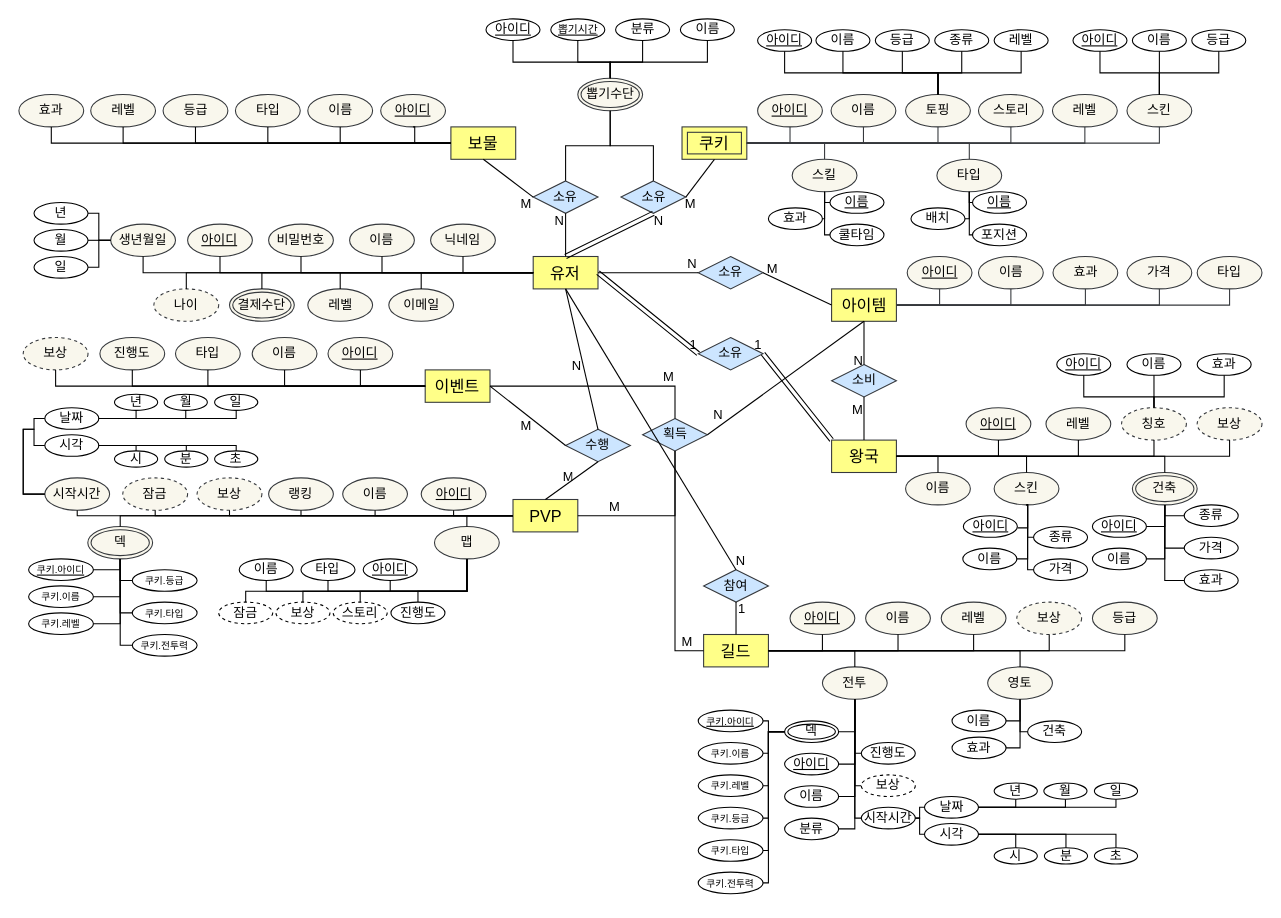
Above: page "페이지-2" (2 of 3) of 제목 없는 다이어그램.drawio in breeze234/web1 (draw.io), before the change. Source tidied: cells renumbered, new cells numbered last; positions are measured from the earlier drawing's top-left corner, leaving out a move shared by most shapes. Both pictures are drawn from the tidied source at 108%, with x=0, y=0 at pixel (18, 18).
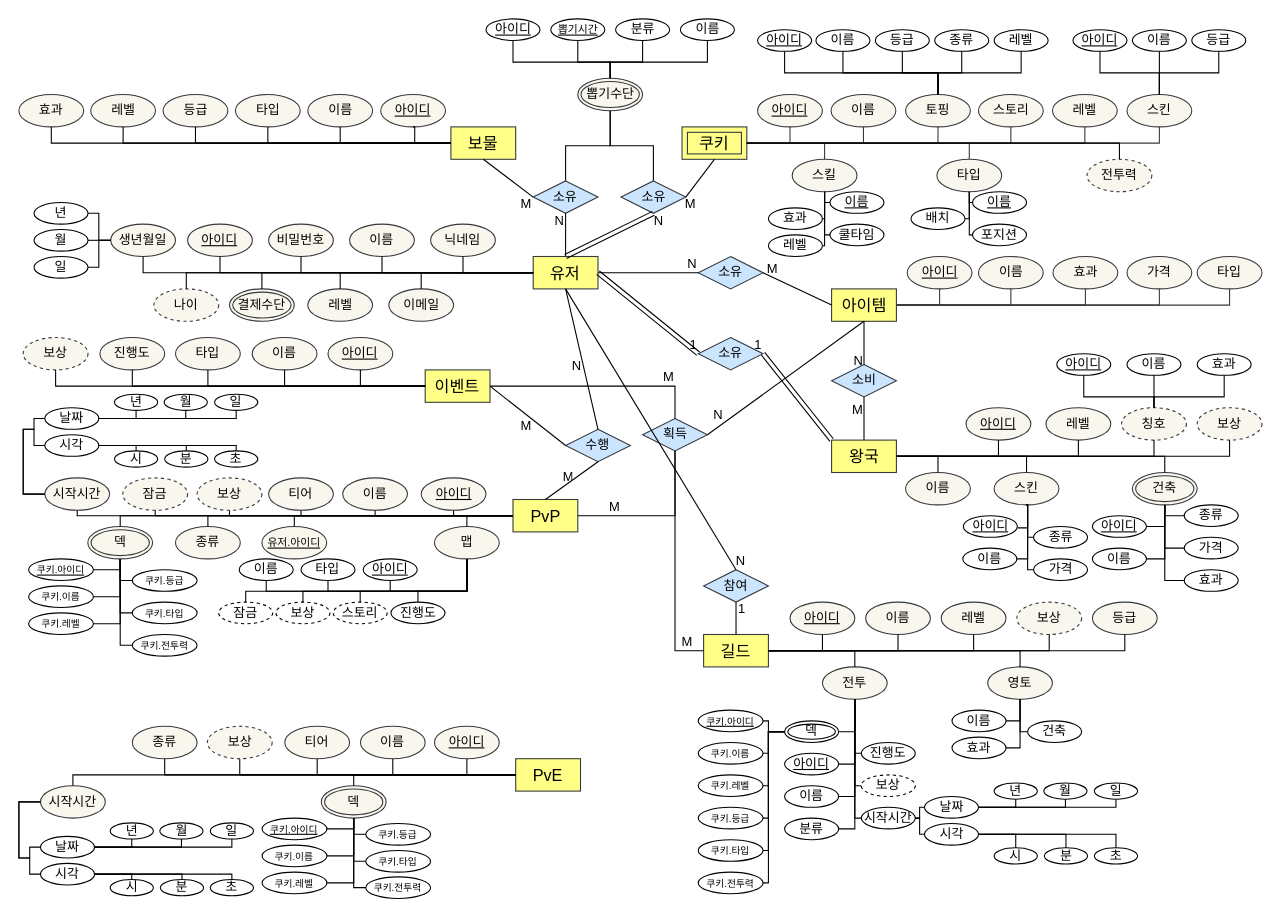
The same page after the edit.

Commit message (it also covers changes not shown here):
제목 없는 다이어그램.drawio 업데이트

Unchanged cells that the change refers to:
```xml
<mxCell id="23" value="&lt;font style=&quot;font-size: 15px;&quot;&gt;쿠키&lt;/font&gt;" style="shape=ext;margin=3;double=1;whiteSpace=wrap;html=1;align=center;fillColor=#ffff88;strokeColor=#36393d;" parent="1" vertex="1">
  <mxGeometry x="614" y="100" width="60" height="30" as="geometry" />
</mxCell>
<mxCell id="202" value="스킬" style="ellipse;whiteSpace=wrap;html=1;fillColor=#f9f7ed;strokeColor=#36393d;" parent="1" vertex="1">
  <mxGeometry x="716" y="130" width="60" height="30" as="geometry" />
</mxCell>
```

Change to the diagram source:
```diff
@@
-    <mxCell id="78" value="&lt;font style=&quot;font-size: 15px;&quot;&gt;PVP&lt;/font&gt;" style="whiteSpace=wrap;html=1;align=center;fillColor=#ffff88;strokeColor=#36393d;" parent="1" vertex="1">
+    <mxCell id="78" value="&lt;font style=&quot;font-size: 15px;&quot;&gt;PvP&lt;/font&gt;" style="whiteSpace=wrap;html=1;align=center;fillColor=#ffff88;strokeColor=#36393d;" parent="1" vertex="1">
       <mxGeometry x="457.5" y="445" width="60" height="30" as="geometry" />
     </mxCell>
@@
-    <mxCell id="248" value="랭킹" style="ellipse;whiteSpace=wrap;html=1;fillColor=#f9f7ed;strokeColor=#36393d;" parent="1" vertex="1">
+    <mxCell id="248" value="티어" style="ellipse;whiteSpace=wrap;html=1;fillColor=#f9f7ed;strokeColor=#36393d;" parent="1" vertex="1">
       <mxGeometry x="231.2" y="425" width="60" height="30" as="geometry" />
     </mxCell>
@@
+    <mxCell id="325" value="종류" style="ellipse;whiteSpace=wrap;html=1;fillColor=#f9f7ed;strokeColor=#36393d;" parent="1" vertex="1">
+      <mxGeometry x="145" y="470" width="60" height="30" as="geometry" />
+    </mxCell>
+    <mxCell id="326" style="endArrow=none;html=1;rounded=0;exitX=0.5;exitY=0;exitDx=0;exitDy=0;entryX=0;entryY=0.5;entryDx=0;entryDy=0;edgeStyle=orthogonalEdgeStyle;" parent="1" edge="1" source="325" target="78">
+      <mxGeometry relative="1" as="geometry" />
+    </mxCell>
+    <mxCell id="327" value="&lt;font style=&quot;font-size: 15px;&quot;&gt;PvE&lt;/font&gt;" style="whiteSpace=wrap;html=1;align=center;fillColor=#ffff88;strokeColor=#36393d;" parent="1" vertex="1">
+      <mxGeometry x="460" y="685" width="60" height="30" as="geometry" />
+    </mxCell>
+    <mxCell id="328" value="&lt;u&gt;&lt;font style=&quot;font-size: 12px;&quot;&gt;아이디&lt;/font&gt;&lt;/u&gt;" style="ellipse;whiteSpace=wrap;html=1;fillColor=#f9f7ed;strokeColor=#36393d;" parent="1" vertex="1">
+      <mxGeometry x="384.8" y="655" width="60" height="30" as="geometry" />
+    </mxCell>
+    <mxCell id="329" value="이름" style="ellipse;whiteSpace=wrap;html=1;fillColor=#f9f7ed;strokeColor=#36393d;" parent="1" vertex="1">
+      <mxGeometry x="316.2" y="655" width="60" height="30" as="geometry" />
+    </mxCell>
+    <mxCell id="330" value="보상" style="ellipse;whiteSpace=wrap;html=1;dashed=1;fillColor=#f9f7ed;strokeColor=#36393d;" parent="1" vertex="1">
+      <mxGeometry x="174.5" y="655" width="60" height="30" as="geometry" />
+    </mxCell>
+    <mxCell id="331" value="시작시간" style="ellipse;whiteSpace=wrap;html=1;fillColor=#f9f7ed;strokeColor=#36393d;" parent="1" vertex="1">
+      <mxGeometry x="20" y="710" width="60" height="30" as="geometry" />
+    </mxCell>
+    <mxCell id="332" value="월" style="ellipse;whiteSpace=wrap;html=1;" parent="1" vertex="1">
+      <mxGeometry x="130.5" y="744.4" width="40" height="15" as="geometry" />
+    </mxCell>
+    <mxCell id="333" value="년" style="ellipse;whiteSpace=wrap;html=1;" parent="1" vertex="1">
+      <mxGeometry x="84.5" y="744.4" width="40" height="15" as="geometry" />
+    </mxCell>
+    <mxCell id="334" value="일" style="ellipse;whiteSpace=wrap;html=1;" parent="1" vertex="1">
+      <mxGeometry x="177.2" y="744.4" width="40" height="15" as="geometry" />
+    </mxCell>
+    <mxCell id="335" value="날짜" style="ellipse;whiteSpace=wrap;html=1;" parent="1" vertex="1">
+      <mxGeometry x="20" y="756.9" width="50" height="20" as="geometry" />
+    </mxCell>
+    <mxCell id="336" value="시각" style="ellipse;whiteSpace=wrap;html=1;" parent="1" vertex="1">
+      <mxGeometry x="20" y="781.9" width="50" height="20" as="geometry" />
+    </mxCell>
+    <mxCell id="337" value="분" style="ellipse;whiteSpace=wrap;html=1;" parent="1" vertex="1">
+      <mxGeometry x="131" y="796.9" width="40" height="15" as="geometry" />
+    </mxCell>
+    <mxCell id="338" value="시" style="ellipse;whiteSpace=wrap;html=1;" parent="1" vertex="1">
+      <mxGeometry x="84.5" y="796.9" width="40" height="15" as="geometry" />
+    </mxCell>
+    <mxCell id="339" value="초" style="ellipse;whiteSpace=wrap;html=1;" parent="1" vertex="1">
+      <mxGeometry x="177.2" y="796.9" width="40" height="15" as="geometry" />
+    </mxCell>
+    <mxCell id="340" style="endArrow=none;html=1;rounded=0;edgeStyle=orthogonalEdgeStyle;exitX=1;exitY=0.5;exitDx=0;exitDy=0;entryX=0.5;entryY=1;entryDx=0;entryDy=0;" parent="1" edge="1" source="335" target="333">
+      <mxGeometry relative="1" as="geometry">
+        <Array as="points">
+          <mxPoint x="104.5" y="766.9" />
+        </Array>
+      </mxGeometry>
+    </mxCell>
+    <mxCell id="341" style="endArrow=none;html=1;rounded=0;edgeStyle=orthogonalEdgeStyle;exitX=1;exitY=0.5;exitDx=0;exitDy=0;entryX=0.5;entryY=1;entryDx=0;entryDy=0;" parent="1" edge="1" source="335" target="332">
+      <mxGeometry relative="1" as="geometry">
+        <Array as="points">
+          <mxPoint x="150.5" y="766.9" />
+        </Array>
+      </mxGeometry>
+    </mxCell>
+    <mxCell id="342" style="endArrow=none;html=1;rounded=0;edgeStyle=orthogonalEdgeStyle;exitX=1;exitY=0.5;exitDx=0;exitDy=0;entryX=0.5;entryY=1;entryDx=0;entryDy=0;" parent="1" edge="1" source="335" target="334">
+      <mxGeometry relative="1" as="geometry">
+        <Array as="points">
+          <mxPoint x="197.5" y="766.9" />
+        </Array>
+      </mxGeometry>
+    </mxCell>
+    <mxCell id="343" style="endArrow=none;html=1;rounded=0;edgeStyle=orthogonalEdgeStyle;exitX=1;exitY=0.5;exitDx=0;exitDy=0;entryX=0.5;entryY=0;entryDx=0;entryDy=0;" parent="1" edge="1" source="336" target="339">
+      <mxGeometry relative="1" as="geometry">
+        <Array as="points">
+          <mxPoint x="197.2" y="791.9" />
+        </Array>
+      </mxGeometry>
+    </mxCell>
+    <mxCell id="344" style="endArrow=none;html=1;rounded=0;edgeStyle=orthogonalEdgeStyle;exitX=1;exitY=0.5;exitDx=0;exitDy=0;entryX=0.5;entryY=0;entryDx=0;entryDy=0;" parent="1" edge="1" source="336" target="338">
+      <mxGeometry relative="1" as="geometry">
+        <Array as="points">
+          <mxPoint x="104.5" y="791.9" />
+        </Array>
+      </mxGeometry>
+    </mxCell>
+    <mxCell id="345" style="endArrow=none;html=1;rounded=0;edgeStyle=orthogonalEdgeStyle;exitX=1;exitY=0.5;exitDx=0;exitDy=0;entryX=0.5;entryY=0;entryDx=0;entryDy=0;" parent="1" edge="1" source="336" target="337">
+      <mxGeometry relative="1" as="geometry">
+        <Array as="points">
+          <mxPoint x="151.5" y="791.9" />
+        </Array>
+      </mxGeometry>
+    </mxCell>
+    <mxCell id="346" style="endArrow=none;html=1;rounded=0;edgeStyle=orthogonalEdgeStyle;entryX=0;entryY=0.5;entryDx=0;entryDy=0;exitX=0;exitY=0.5;exitDx=0;exitDy=0;" parent="1" edge="1" source="331" target="335">
+      <mxGeometry relative="1" as="geometry">
+        <Array as="points">
+          <mxPoint y="725" />
+          <mxPoint y="777" />
+          <mxPoint x="10" y="777" />
+          <mxPoint x="10" y="767" />
+        </Array>
+      </mxGeometry>
+    </mxCell>
+    <mxCell id="347" style="endArrow=none;html=1;rounded=0;edgeStyle=orthogonalEdgeStyle;exitX=0;exitY=0.5;exitDx=0;exitDy=0;entryX=0;entryY=0.5;entryDx=0;entryDy=0;" parent="1" edge="1" source="331" target="336">
+      <mxGeometry relative="1" as="geometry">
+        <Array as="points">
+          <mxPoint y="725" />
+          <mxPoint y="777" />
+          <mxPoint x="10" y="777" />
+          <mxPoint x="10" y="792" />
+        </Array>
+      </mxGeometry>
+    </mxCell>
+    <mxCell id="348" value="티어" style="ellipse;whiteSpace=wrap;html=1;fillColor=#f9f7ed;strokeColor=#36393d;" parent="1" vertex="1">
+      <mxGeometry x="246.2" y="655" width="60" height="30" as="geometry" />
+    </mxCell>
+    <mxCell id="349" value="&lt;u&gt;&lt;font style=&quot;font-size: 10px;&quot;&gt;유저.아이디&lt;/font&gt;&lt;/u&gt;" style="ellipse;whiteSpace=wrap;html=1;fillColor=#f9f7ed;strokeColor=#36393d;" parent="1" vertex="1">
+      <mxGeometry x="225" y="470" width="60" height="30" as="geometry" />
+    </mxCell>
+    <mxCell id="350" style="endArrow=none;html=1;rounded=0;exitX=0.5;exitY=0;exitDx=0;exitDy=0;entryX=0;entryY=0.5;entryDx=0;entryDy=0;edgeStyle=orthogonalEdgeStyle;" parent="1" edge="1" source="349" target="78">
+      <mxGeometry relative="1" as="geometry" />
+    </mxCell>
+    <mxCell id="351" value="레벨" style="ellipse;whiteSpace=wrap;html=1;" parent="1" vertex="1">
+      <mxGeometry x="694" y="200" width="50" height="20" as="geometry" />
+    </mxCell>
+    <mxCell id="352" style="endArrow=none;html=1;rounded=0;exitX=0.5;exitY=1;exitDx=0;exitDy=0;entryX=1;entryY=0.5;entryDx=0;entryDy=0;edgeStyle=orthogonalEdgeStyle;" parent="1" edge="1" source="202" target="351">
+      <mxGeometry relative="1" as="geometry">
+        <Array as="points">
+          <mxPoint x="746" y="210" />
+        </Array>
+      </mxGeometry>
+    </mxCell>
+    <mxCell id="353" value="전투력" style="ellipse;whiteSpace=wrap;html=1;dashed=1;fillColor=#f9f7ed;strokeColor=#36393d;" parent="1" vertex="1">
+      <mxGeometry x="989" y="130" width="60" height="30" as="geometry" />
+    </mxCell>
+    <mxCell id="354" style="endArrow=none;html=1;rounded=0;exitX=1;exitY=0.5;exitDx=0;exitDy=0;entryX=0.5;entryY=0;entryDx=0;entryDy=0;edgeStyle=orthogonalEdgeStyle;" parent="1" edge="1" source="23" target="353">
+      <mxGeometry relative="1" as="geometry" />
+    </mxCell>
+    <mxCell id="355" value="덱" style="ellipse;shape=doubleEllipse;margin=3;whiteSpace=wrap;html=1;align=center;fillColor=#f9f7ed;strokeColor=#36393d;" parent="1" vertex="1">
+      <mxGeometry x="280" y="710" width="60" height="30" as="geometry" />
+    </mxCell>
+    <mxCell id="356" value="&lt;font style=&quot;font-size: 9px;&quot;&gt;&lt;u&gt;쿠키.아이디&lt;/u&gt;&lt;/font&gt;" style="ellipse;whiteSpace=wrap;html=1;" parent="1" vertex="1">
+      <mxGeometry x="225.2" y="740" width="60" height="20" as="geometry" />
+    </mxCell>
+    <mxCell id="357" value="&lt;font style=&quot;font-size: 9px;&quot;&gt;쿠키.이름&lt;/font&gt;" style="ellipse;whiteSpace=wrap;html=1;" parent="1" vertex="1">
+      <mxGeometry x="225.2" y="765" width="60" height="20" as="geometry" />
+    </mxCell>
+    <mxCell id="358" value="&lt;font style=&quot;font-size: 9px;&quot;&gt;쿠키.레벨&lt;/font&gt;" style="ellipse;whiteSpace=wrap;html=1;" parent="1" vertex="1">
+      <mxGeometry x="225.2" y="790" width="60" height="20" as="geometry" />
+    </mxCell>
+    <mxCell id="359" value="&lt;font style=&quot;font-size: 9px;&quot;&gt;쿠키.등급&lt;/font&gt;" style="ellipse;whiteSpace=wrap;html=1;" parent="1" vertex="1">
+      <mxGeometry x="321.2" y="745" width="60" height="20" as="geometry" />
+    </mxCell>
+    <mxCell id="360" value="&lt;font style=&quot;font-size: 9px;&quot;&gt;쿠키.타입&lt;/font&gt;" style="ellipse;whiteSpace=wrap;html=1;" parent="1" vertex="1">
+      <mxGeometry x="321.2" y="770" width="60" height="20" as="geometry" />
+    </mxCell>
+    <mxCell id="361" value="&lt;font style=&quot;font-size: 9px;&quot;&gt;쿠키.전투력&lt;/font&gt;" style="ellipse;whiteSpace=wrap;html=1;" parent="1" vertex="1">
+      <mxGeometry x="321.2" y="794.4" width="60" height="20" as="geometry" />
+    </mxCell>
+    <mxCell id="362" style="endArrow=none;html=1;rounded=0;exitX=0.5;exitY=1;exitDx=0;exitDy=0;edgeStyle=orthogonalEdgeStyle;entryX=1;entryY=0.5;entryDx=0;entryDy=0;" parent="1" edge="1" source="355" target="358">
+      <mxGeometry relative="1" as="geometry">
+        <Array as="points">
+          <mxPoint x="310.2" y="800" />
+        </Array>
+      </mxGeometry>
+    </mxCell>
+    <mxCell id="363" style="endArrow=none;html=1;rounded=0;edgeStyle=orthogonalEdgeStyle;entryX=0.5;entryY=1;entryDx=0;entryDy=0;exitX=0;exitY=0.5;exitDx=0;exitDy=0;" parent="1" edge="1" source="361" target="355">
+      <mxGeometry relative="1" as="geometry">
+        <Array as="points">
+          <mxPoint x="310" y="804" />
+        </Array>
+      </mxGeometry>
+    </mxCell>
+    <mxCell id="364" style="endArrow=none;html=1;rounded=0;edgeStyle=orthogonalEdgeStyle;entryX=0.5;entryY=1;entryDx=0;entryDy=0;exitX=0;exitY=0.5;exitDx=0;exitDy=0;" parent="1" edge="1" source="360" target="355">
+      <mxGeometry relative="1" as="geometry" />
+    </mxCell>
+    <mxCell id="365" style="endArrow=none;html=1;rounded=0;edgeStyle=orthogonalEdgeStyle;entryX=0.5;entryY=1;entryDx=0;entryDy=0;exitX=0;exitY=0.5;exitDx=0;exitDy=0;" parent="1" edge="1" source="359" target="355">
+      <mxGeometry relative="1" as="geometry" />
+    </mxCell>
+    <mxCell id="366" style="endArrow=none;html=1;rounded=0;edgeStyle=orthogonalEdgeStyle;entryX=0.5;entryY=1;entryDx=0;entryDy=0;exitX=1;exitY=0.5;exitDx=0;exitDy=0;" parent="1" edge="1" source="356" target="355">
+      <mxGeometry relative="1" as="geometry">
+        <Array as="points">
+          <mxPoint x="310.2" y="750" />
+          <mxPoint x="310.2" y="740" />
+        </Array>
+      </mxGeometry>
+    </mxCell>
+    <mxCell id="367" style="endArrow=none;html=1;rounded=0;edgeStyle=orthogonalEdgeStyle;entryX=0.5;entryY=1;entryDx=0;entryDy=0;exitX=1;exitY=0.5;exitDx=0;exitDy=0;" parent="1" edge="1" source="357" target="355">
+      <mxGeometry relative="1" as="geometry">
+        <Array as="points">
+          <mxPoint x="310.2" y="775" />
+          <mxPoint x="310.2" y="740" />
+        </Array>
+      </mxGeometry>
+    </mxCell>
+    <mxCell id="368" value="종류" style="ellipse;whiteSpace=wrap;html=1;fillColor=#f9f7ed;strokeColor=#36393d;" parent="1" vertex="1">
+      <mxGeometry x="105" y="655" width="60" height="30" as="geometry" />
+    </mxCell>
+    <mxCell id="369" style="endArrow=none;html=1;rounded=0;entryX=0;entryY=0.5;entryDx=0;entryDy=0;exitX=0.5;exitY=0;exitDx=0;exitDy=0;edgeStyle=orthogonalEdgeStyle;" parent="1" edge="1" source="331" target="327">
+      <mxGeometry relative="1" as="geometry" />
+    </mxCell>
+    <mxCell id="370" style="endArrow=none;html=1;rounded=0;exitX=0.5;exitY=1;exitDx=0;exitDy=0;entryX=0;entryY=0.5;entryDx=0;entryDy=0;edgeStyle=orthogonalEdgeStyle;" parent="1" edge="1" source="368" target="327">
+      <mxGeometry relative="1" as="geometry" />
+    </mxCell>
+    <mxCell id="371" style="endArrow=none;html=1;rounded=0;exitX=0.5;exitY=1;exitDx=0;exitDy=0;entryX=0;entryY=0.5;entryDx=0;entryDy=0;edgeStyle=orthogonalEdgeStyle;" parent="1" edge="1" source="330" target="327">
+      <mxGeometry relative="1" as="geometry" />
+    </mxCell>
+    <mxCell id="372" style="endArrow=none;html=1;rounded=0;exitX=0.5;exitY=1;exitDx=0;exitDy=0;entryX=0;entryY=0.5;entryDx=0;entryDy=0;edgeStyle=orthogonalEdgeStyle;" parent="1" edge="1" source="348" target="327">
+      <mxGeometry relative="1" as="geometry" />
+    </mxCell>
+    <mxCell id="373" style="endArrow=none;html=1;rounded=0;exitX=0.5;exitY=1;exitDx=0;exitDy=0;entryX=0;entryY=0.5;entryDx=0;entryDy=0;edgeStyle=orthogonalEdgeStyle;" parent="1" edge="1" source="329" target="327">
+      <mxGeometry relative="1" as="geometry" />
+    </mxCell>
+    <mxCell id="374" style="endArrow=none;html=1;rounded=0;exitX=0.5;exitY=1;exitDx=0;exitDy=0;entryX=0;entryY=0.5;entryDx=0;entryDy=0;edgeStyle=orthogonalEdgeStyle;" parent="1" edge="1" source="328" target="327">
+      <mxGeometry relative="1" as="geometry" />
+    </mxCell>
+    <mxCell id="375" style="endArrow=none;html=1;rounded=0;exitX=0.5;exitY=0;exitDx=0;exitDy=0;entryX=0;entryY=0.5;entryDx=0;entryDy=0;edgeStyle=orthogonalEdgeStyle;" parent="1" edge="1" source="355" target="327">
+      <mxGeometry relative="1" as="geometry" />
+    </mxCell>
```
